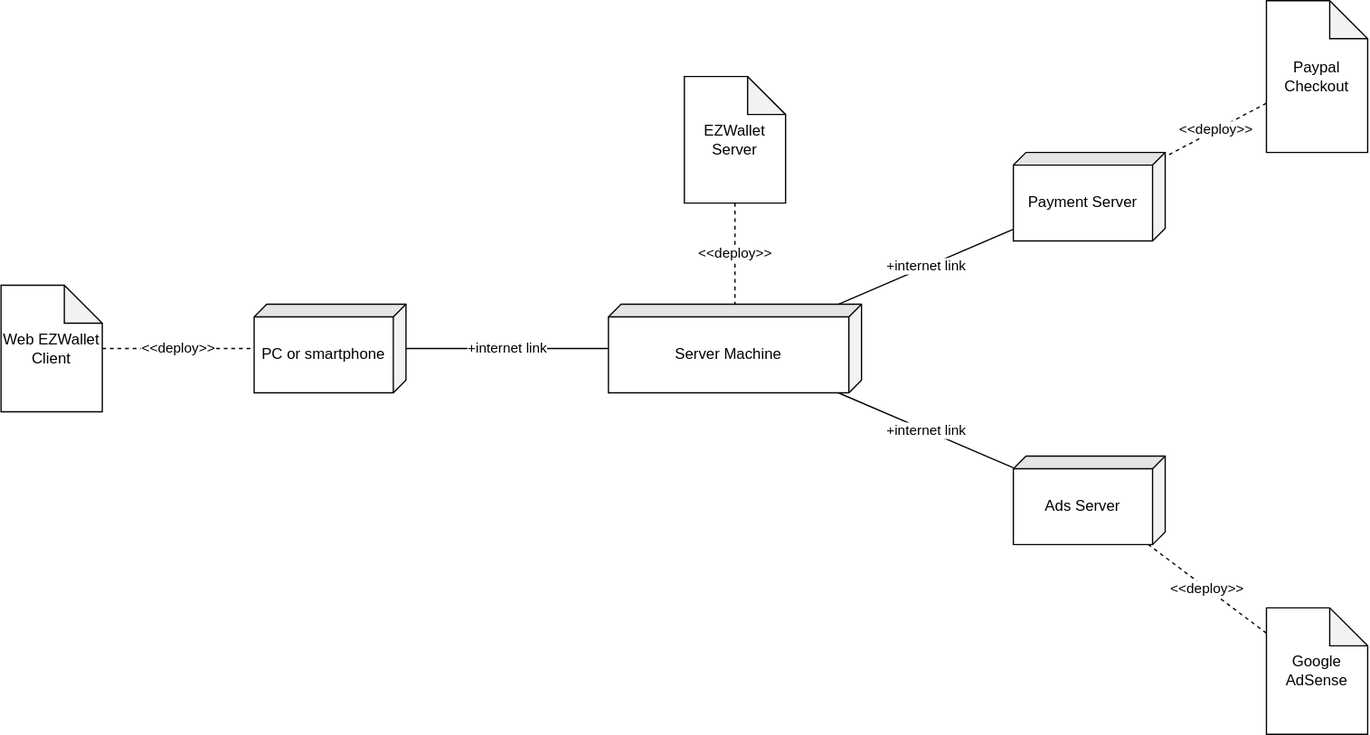
Earlier version of the draw.io export diagrams/DeploymentDiagramV2.svg (pucciorenzo/softengTesting). Source tidied: cells renumbered, new cells last; positions are measured from the earlier drawing's top-left corner, leaving out a move shared by most shapes. The source it was exported from:
```xml
<mxGraphModel>
  <root>
    <mxCell id="0" style="html=1;" />
    <mxCell id="1" style="html=1;" parent="0" />
    <mxCell id="2" value="PC or smartphone" style="shape=cube;whiteSpace=wrap;html=1;boundedLbl=1;backgroundOutline=1;darkOpacity=0.05;darkOpacity2=0.1;direction=south;size=10;" parent="1" vertex="1">
      <mxGeometry x="200" y="240" width="120" height="70" as="geometry" />
    </mxCell>
    <mxCell id="3" value="&amp;lt;&amp;lt;deploy&amp;gt;&amp;gt;" style="endArrow=none;dashed=1;html=1;rounded=0;" parent="1" edge="1" source="4" target="2">
      <mxGeometry relative="1" as="geometry" />
    </mxCell>
    <mxCell id="4" value="Web EZWallet Client" style="shape=note;whiteSpace=wrap;html=1;backgroundOutline=1;darkOpacity=0.05;" parent="1" vertex="1">
      <mxGeometry y="225" width="80" height="100" as="geometry" />
    </mxCell>
    <mxCell id="5" value="+internet link" style="endArrow=none;html=1;rounded=0;" parent="1" edge="1" source="2" target="6">
      <mxGeometry relative="1" as="geometry" />
    </mxCell>
    <mxCell id="6" value="Server Machine" style="shape=cube;whiteSpace=wrap;html=1;boundedLbl=1;backgroundOutline=1;darkOpacity=0.05;darkOpacity2=0.1;direction=south;size=10;" parent="1" vertex="1">
      <mxGeometry x="480" y="240" width="200" height="70" as="geometry" />
    </mxCell>
    <mxCell id="7" value="&amp;lt;&amp;lt;deploy&amp;gt;&amp;gt;" style="endArrow=none;dashed=1;html=1;rounded=0;" parent="1" edge="1" source="8" target="6">
      <mxGeometry relative="1" as="geometry" />
    </mxCell>
    <mxCell id="8" value="EZWallet Server" style="shape=note;whiteSpace=wrap;html=1;backgroundOutline=1;darkOpacity=0.05;" parent="1" vertex="1">
      <mxGeometry x="540" y="60" width="80" height="100" as="geometry" />
    </mxCell>
    <mxCell id="9" value="Ads Server" style="shape=cube;whiteSpace=wrap;html=1;boundedLbl=1;backgroundOutline=1;darkOpacity=0.05;darkOpacity2=0.1;direction=south;size=10;" parent="1" vertex="1">
      <mxGeometry x="800" y="360" width="120" height="70" as="geometry" />
    </mxCell>
    <mxCell id="10" value="+internet link" style="endArrow=none;html=1;rounded=0;" parent="1" edge="1" source="9" target="6">
      <mxGeometry relative="1" as="geometry" />
    </mxCell>
    <mxCell id="11" value="Payment Server" style="shape=cube;whiteSpace=wrap;html=1;boundedLbl=1;backgroundOutline=1;darkOpacity=0.05;darkOpacity2=0.1;direction=south;size=10;" parent="1" vertex="1">
      <mxGeometry x="800" y="120" width="120" height="70" as="geometry" />
    </mxCell>
    <mxCell id="12" value="+internet link" style="endArrow=none;html=1;rounded=0;" parent="1" edge="1" source="11" target="6">
      <mxGeometry relative="1" as="geometry" />
    </mxCell>
    <mxCell id="13" value="Paypal Checkout" style="shape=note;whiteSpace=wrap;html=1;backgroundOutline=1;darkOpacity=0.05;" parent="1" vertex="1">
      <mxGeometry x="1000" width="80" height="120" as="geometry" />
    </mxCell>
    <mxCell id="14" value="&amp;lt;&amp;lt;deploy&amp;gt;&amp;gt;" style="endArrow=none;dashed=1;html=1;rounded=0;" parent="1" edge="1" source="13" target="11">
      <mxGeometry relative="1" as="geometry" />
    </mxCell>
    <mxCell id="15" value="Google AdSense" style="shape=note;whiteSpace=wrap;html=1;backgroundOutline=1;darkOpacity=0.05;" parent="1" vertex="1">
      <mxGeometry x="1000" y="480" width="80" height="100" as="geometry" />
    </mxCell>
    <mxCell id="16" value="&amp;lt;&amp;lt;deploy&amp;gt;&amp;gt;" style="endArrow=none;dashed=1;html=1;rounded=0;" parent="1" edge="1" source="15" target="9">
      <mxGeometry relative="1" as="geometry" />
    </mxCell>
  </root>
</mxGraphModel>
```
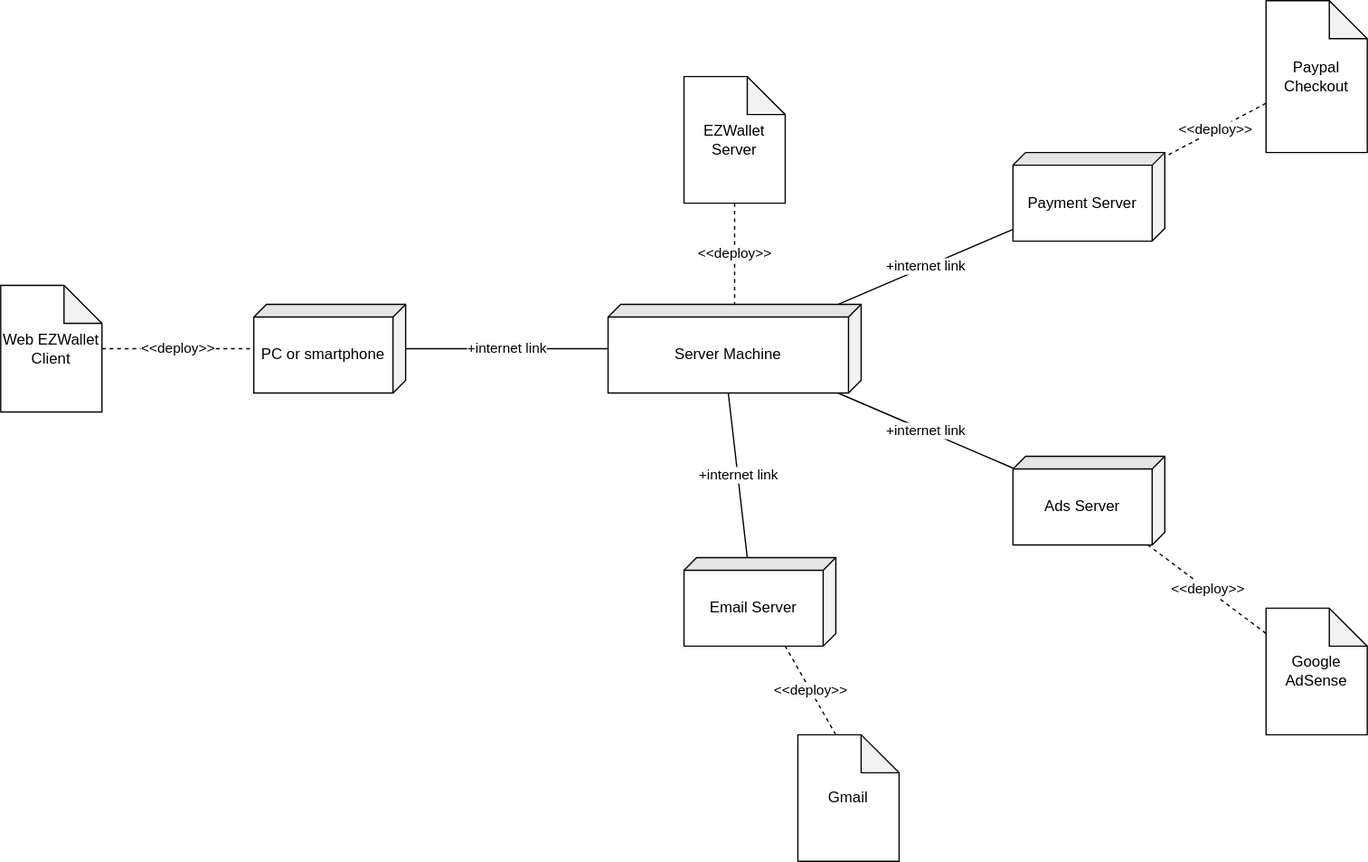
Later version of the same file.

Commit message:
Context and Dep diagrams v2 added email service

Change to the diagram source:
```diff
@@ -47,5 +47,21 @@
     <mxCell id="16" value="&amp;lt;&amp;lt;deploy&amp;gt;&amp;gt;" style="endArrow=none;dashed=1;html=1;rounded=0;" parent="1" edge="1" source="15" target="9">
       <mxGeometry relative="1" as="geometry" />
     </mxCell>
+    <mxCell id="17" value="+internet link" style="endArrow=none;html=1;rounded=0;entryX=0;entryY=0;entryDx=70;entryDy=105;entryPerimeter=0;" parent="1" edge="1" target="6">
+      <mxGeometry relative="1" as="geometry">
+        <mxPoint x="590" y="440" as="sourcePoint" />
+      </mxGeometry>
+    </mxCell>
+    <mxCell id="18" value="&lt;div&gt;Email Server&lt;/div&gt;" style="shape=cube;whiteSpace=wrap;html=1;boundedLbl=1;backgroundOutline=1;darkOpacity=0.05;darkOpacity2=0.1;direction=south;size=10;" parent="1" vertex="1">
+      <mxGeometry x="540" y="440" width="120" height="70" as="geometry" />
+    </mxCell>
+    <mxCell id="19" value="&amp;lt;&amp;lt;deploy&amp;gt;&amp;gt;" style="endArrow=none;dashed=1;html=1;rounded=0;" parent="1" edge="1" target="18">
+      <mxGeometry relative="1" as="geometry">
+        <mxPoint x="660" y="580" as="sourcePoint" />
+      </mxGeometry>
+    </mxCell>
+    <mxCell id="20" value="&lt;div&gt;Gmail&lt;/div&gt;" style="shape=note;whiteSpace=wrap;html=1;backgroundOutline=1;darkOpacity=0.05;" parent="1" vertex="1">
+      <mxGeometry x="630" y="580" width="80" height="100" as="geometry" />
+    </mxCell>
   </root>
 </mxGraphModel>
```
